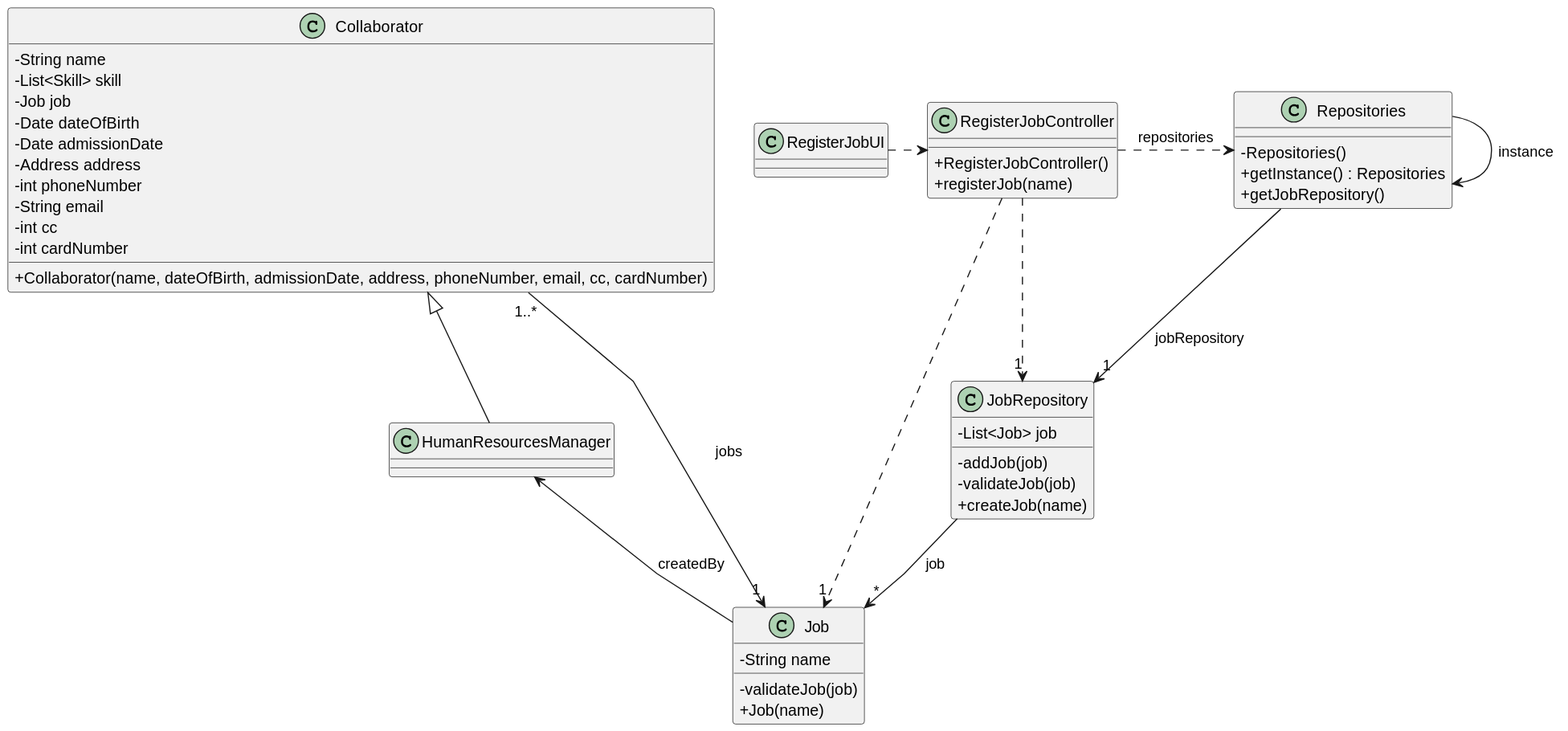
Earlier version of the PlantUML export docs/sprint2/us02/03.design/svg/us02-class-diagram.svg (Departamento-de-Engenharia-Informatica/lei-24-s2-1db-g022). Its diagram source:
```plantuml
@startuml
skinparam packageStyle rectangle
skinparam shadowing false
skinparam linetype polyline

skinparam classAttributeIconSize 0


class Job {
    -String name

    -validateJob(job)
    +Job(name)
}

class RegisterJobController {

    +RegisterJobController()
    +registerJob(name)
}

class RegisterJobUI {
}

class Collaborator {
    -String name
    -List<Skill> skill
    -Job job
    -Date dateOfBirth
    -Date admissionDate
    -Address address
    -int phoneNumber
    -String email
    -int cc
    -int cardNumber

    +Collaborator(name, dateOfBirth, admissionDate, address, phoneNumber, email, cc, cardNumber)
}

class HumanResourcesManager {
}

class Repositories {

    -Repositories()
    +getInstance() : Repositories
    +getJobRepository()
}

class JobRepository {
    -List<Job> job

    -addJob(job)
    -validateJob(job)
    +createJob(name)
}

RegisterJobController .> Repositories : repositories
RegisterJobController ..> "1" Job
RegisterJobController ..> "1" JobRepository

RegisterJobUI .> RegisterJobController

Repositories -> Repositories : instance
Repositories --> "1" JobRepository : jobRepository

JobRepository --> "*" Job : job

Collaborator  <|--  HumanResourcesManager
Collaborator "1..*" --> "1" Job : jobs

HumanResourcesManager <--  Job: createdBy
@enduml
```
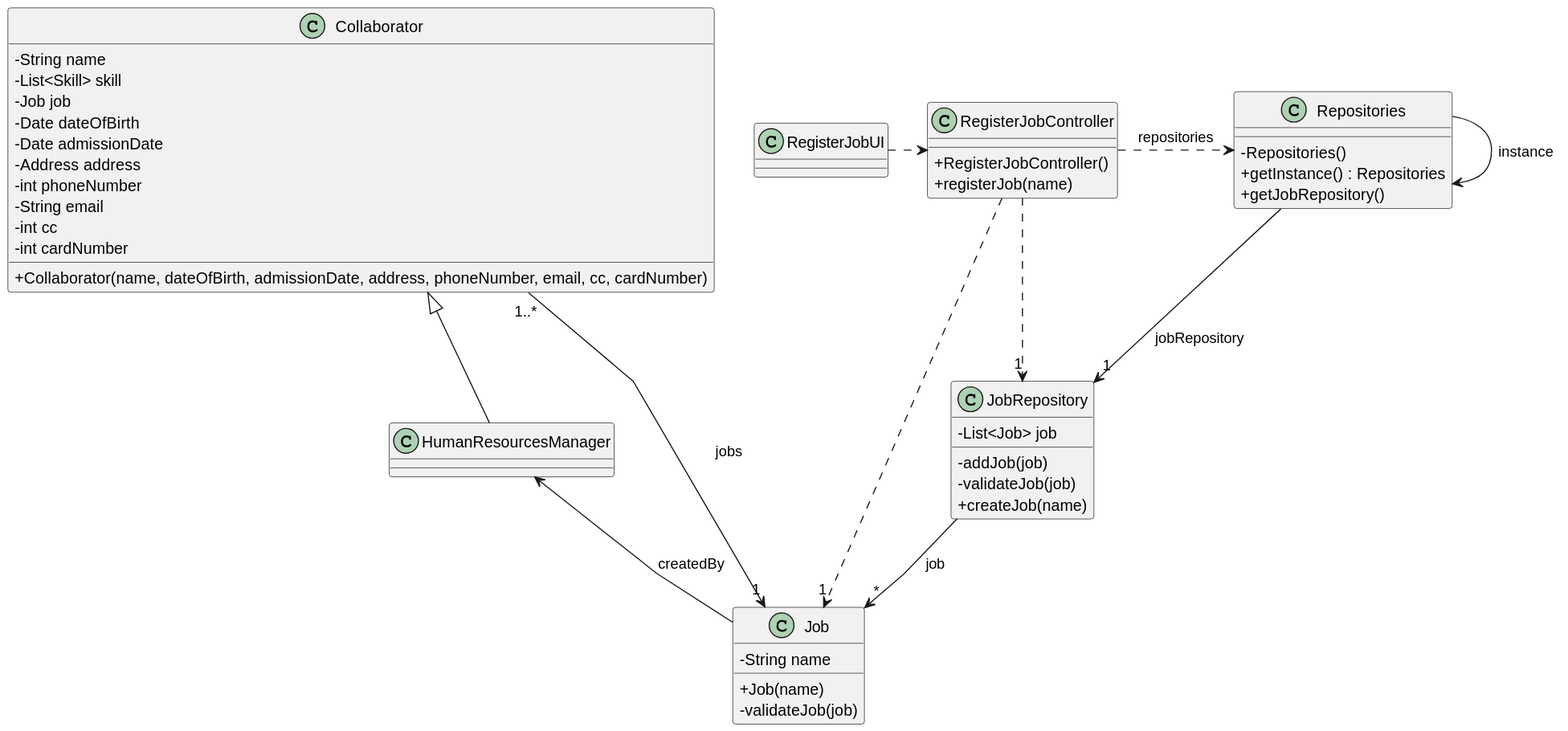
After the change.

What changed in the source:
```diff
@@ -9,8 +9,8 @@
 class Job {
     -String name
 
+    +Job(name)
     -validateJob(job)
-    +Job(name)
 }
 
 class RegisterJobController {
```
